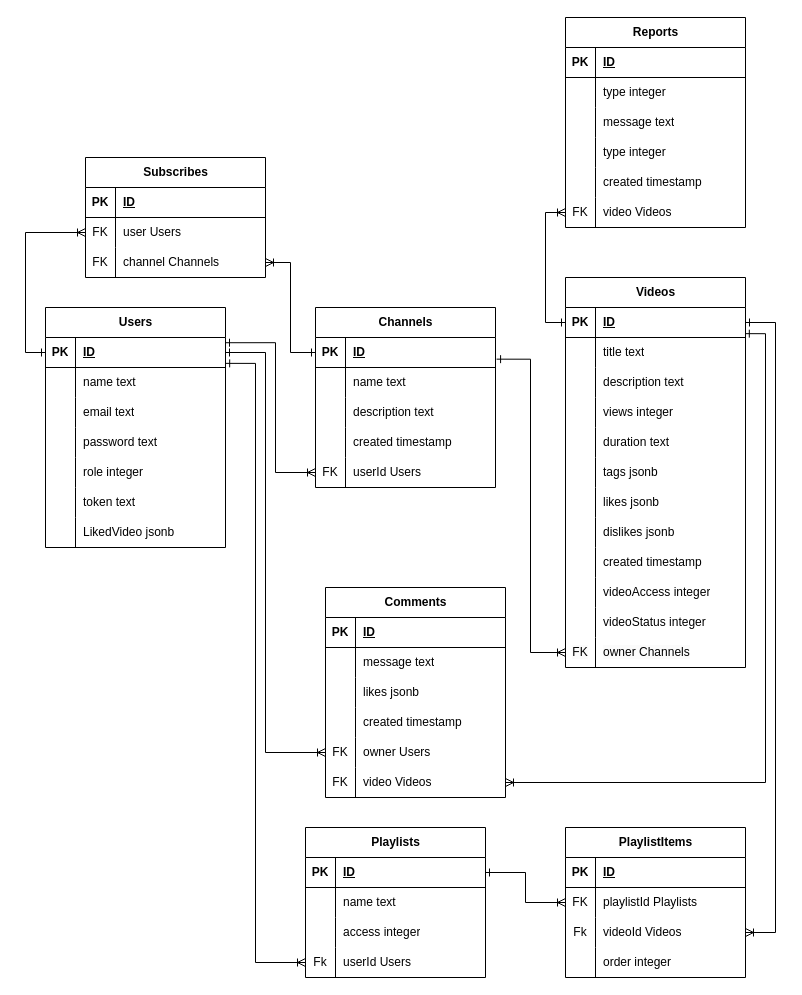
Before: BD.drawio in DioMain/BYTUBE, a draw.io diagram. Source tidied: cells renumbered, new cells numbered last; positions are measured from the earlier drawing's top-left corner, leaving out a move shared by most shapes. Both pictures are drawn from the tidied source at 100%, with x=0, y=0 at pixel (45, 17).
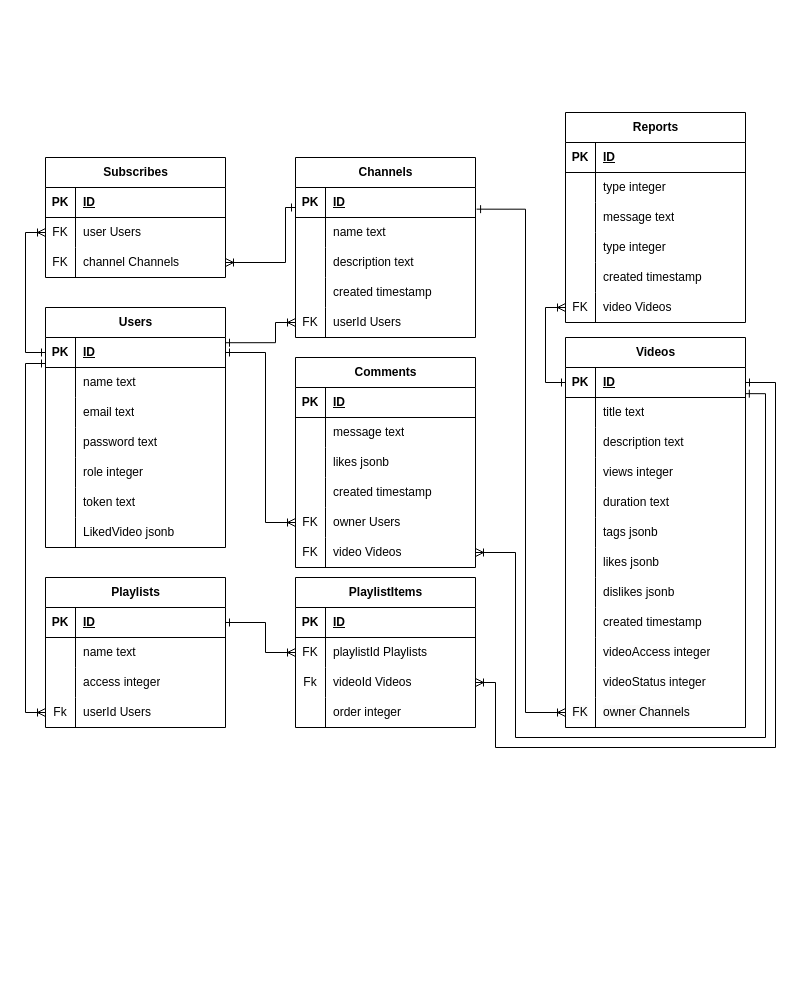
Above is the later version.

Unchanged cells that the change refers to:
```xml
<mxCell id="3" style="shape=tableRow;horizontal=0;startSize=0;swimlaneHead=0;swimlaneBody=0;fillColor=none;points=[[0,0.5],[1,0.5]];portConstraint=eastwest;top=0;left=0;right=0;bottom=1;" parent="2" vertex="1">
  <mxGeometry y="30" width="180" height="30" as="geometry" />
</mxCell>
<mxCell id="25" style="shape=tableRow;horizontal=0;startSize=0;swimlaneHead=0;swimlaneBody=0;fillColor=none;points=[[0,0.5],[1,0.5]];portConstraint=eastwest;top=0;left=0;right=0;bottom=1;" parent="24" vertex="1">
  <mxGeometry y="30" width="180" height="30" as="geometry" />
</mxCell>
<mxCell id="37" style="shape=tableRow;horizontal=0;startSize=0;swimlaneHead=0;swimlaneBody=0;fillColor=none;points=[[0,0.5],[1,0.5]];portConstraint=eastwest;top=0;left=0;right=0;bottom=0;" parent="24" vertex="1">
  <mxGeometry y="150" width="180" height="30" as="geometry" />
</mxCell>
<mxCell id="41" style="shape=tableRow;horizontal=0;startSize=0;swimlaneHead=0;swimlaneBody=0;fillColor=none;points=[[0,0.5],[1,0.5]];portConstraint=eastwest;top=0;left=0;right=0;bottom=1;" parent="40" vertex="1">
  <mxGeometry y="30" width="180" height="30" as="geometry" />
</mxCell>
<mxCell id="74" style="shape=tableRow;horizontal=0;startSize=0;swimlaneHead=0;swimlaneBody=0;fillColor=none;points=[[0,0.5],[1,0.5]];portConstraint=eastwest;top=0;left=0;right=0;bottom=0;" parent="40" vertex="1">
  <mxGeometry y="360" width="180" height="30" as="geometry" />
</mxCell>
<mxCell id="84" style="shape=tableRow;horizontal=0;startSize=0;swimlaneHead=0;swimlaneBody=0;fillColor=none;points=[[0,0.5],[1,0.5]];portConstraint=eastwest;top=0;left=0;right=0;bottom=0;" parent="77" vertex="1">
  <mxGeometry y="90" width="180" height="30" as="geometry" />
</mxCell>
<mxCell id="119" style="shape=tableRow;horizontal=0;startSize=0;swimlaneHead=0;swimlaneBody=0;fillColor=none;points=[[0,0.5],[1,0.5]];portConstraint=eastwest;top=0;left=0;right=0;bottom=0;" parent="106" vertex="1">
  <mxGeometry y="150" width="180" height="30" as="geometry" />
</mxCell>
<mxCell id="122" style="shape=tableRow;horizontal=0;startSize=0;swimlaneHead=0;swimlaneBody=0;fillColor=none;points=[[0,0.5],[1,0.5]];portConstraint=eastwest;top=0;left=0;right=0;bottom=0;" parent="106" vertex="1">
  <mxGeometry y="180" width="180" height="30" as="geometry" />
</mxCell>
<mxCell id="129" style="shape=tableRow;horizontal=0;startSize=0;swimlaneHead=0;swimlaneBody=0;fillColor=none;points=[[0,0.5],[1,0.5]];portConstraint=eastwest;top=0;left=0;right=0;bottom=0;" parent="125" vertex="1">
  <mxGeometry y="60" width="180" height="30" as="geometry" />
</mxCell>
<mxCell id="132" style="shape=tableRow;horizontal=0;startSize=0;swimlaneHead=0;swimlaneBody=0;fillColor=none;points=[[0,0.5],[1,0.5]];portConstraint=eastwest;top=0;left=0;right=0;bottom=0;" parent="125" vertex="1">
  <mxGeometry y="90" width="180" height="30" as="geometry" />
</mxCell>
<mxCell id="139" style="shape=tableRow;horizontal=0;startSize=0;swimlaneHead=0;swimlaneBody=0;fillColor=none;points=[[0,0.5],[1,0.5]];portConstraint=eastwest;top=0;left=0;right=0;bottom=1;" parent="138" vertex="1">
  <mxGeometry y="30" width="180" height="30" as="geometry" />
</mxCell>
<mxCell id="148" style="shape=tableRow;horizontal=0;startSize=0;swimlaneHead=0;swimlaneBody=0;fillColor=none;points=[[0,0.5],[1,0.5]];portConstraint=eastwest;top=0;left=0;right=0;bottom=0;" parent="138" vertex="1">
  <mxGeometry y="120" width="180" height="30" as="geometry" />
</mxCell>
```

Change to the diagram source:
```diff
@@
     <mxCell id="24" value="Channels" style="shape=table;startSize=30;childLayout=tableLayout;rowLines=0;fontStyle=1;align=center;html=1;" parent="1" vertex="1">
-      <mxGeometry x="270" y="290" width="180" height="180" as="geometry" />
+      <mxGeometry x="250" y="140" width="180" height="180" as="geometry" />
     </mxCell>
@@
     <mxCell id="40" value="Videos" style="shape=table;startSize=30;childLayout=tableLayout;rowLines=0;fontStyle=1;align=center;html=1;" parent="1" vertex="1">
-      <mxGeometry x="520" y="260" width="180" height="390" as="geometry" />
+      <mxGeometry x="520" y="320" width="180" height="390" as="geometry" />
     </mxCell>
@@
     <mxCell id="77" value="Subscribes" style="shape=table;startSize=30;childLayout=tableLayout;rowLines=0;fontStyle=1;align=center;html=1;" parent="1" vertex="1">
-      <mxGeometry x="40" y="140" width="180" height="120" as="geometry" />
+      <mxGeometry y="140" width="180" height="120" as="geometry" />
     </mxCell>
@@
     <mxCell id="87" value="Reports" style="shape=table;startSize=30;childLayout=tableLayout;rowLines=0;fontStyle=1;align=center;html=1;" parent="1" vertex="1">
-      <mxGeometry x="520" width="180" height="210" as="geometry" />
+      <mxGeometry x="520" y="95" width="180" height="210" as="geometry" />
     </mxCell>
@@
     <mxCell id="106" value="Comments" style="shape=table;startSize=30;childLayout=tableLayout;rowLines=0;fontStyle=1;align=center;html=1;" parent="1" vertex="1">
-      <mxGeometry x="280" y="570" width="180" height="210" as="geometry" />
+      <mxGeometry x="250" y="340" width="180" height="210" as="geometry" />
     </mxCell>
@@
     <mxCell id="125" value="PlaylistItems" style="shape=table;startSize=30;childLayout=tableLayout;rowLines=0;fontStyle=1;align=center;html=1;" parent="1" vertex="1">
-      <mxGeometry x="520" y="810" width="180" height="150" as="geometry" />
+      <mxGeometry x="250" y="560" width="180" height="150" as="geometry" />
     </mxCell>
@@
     <mxCell id="138" value="Playlists" style="shape=table;startSize=30;childLayout=tableLayout;rowLines=0;fontStyle=1;align=center;html=1;" parent="1" vertex="1">
-      <mxGeometry x="260" y="810" width="180" height="150" as="geometry" />
+      <mxGeometry y="560" width="180" height="150" as="geometry" />
     </mxCell>
@@
     <mxCell id="151" style="edgeStyle=orthogonalEdgeStyle;rounded=0;jettySize=auto;html=1;entryX=0;entryY=0.5;entryDx=0;entryDy=0;exitX=1;exitY=0.174;exitDx=0;exitDy=0;exitPerimeter=0;startArrow=ERone;startFill=0;endArrow=ERoneToMany;endFill=0;" parent="1" edge="1" source="3" target="37">
       <mxGeometry relative="1" as="geometry">
         <Array as="points">
           <mxPoint x="230" y="325" />
-          <mxPoint x="230" y="455" />
+          <mxPoint x="230" y="305" />
         </Array>
       </mxGeometry>
     </mxCell>
     <mxCell id="152" style="edgeStyle=orthogonalEdgeStyle;rounded=0;jettySize=auto;html=1;entryX=0;entryY=0.5;entryDx=0;entryDy=0;exitX=1.006;exitY=0.722;exitDx=0;exitDy=0;exitPerimeter=0;startArrow=ERone;startFill=0;endArrow=ERoneToMany;endFill=0;" parent="1" edge="1" source="25" target="74">
-      <mxGeometry relative="1" as="geometry" />
+      <mxGeometry relative="1" as="geometry">
+        <Array as="points">
+          <mxPoint x="480" y="192" />
+          <mxPoint x="480" y="695" />
+        </Array>
+      </mxGeometry>
     </mxCell>
@@
     <mxCell id="154" style="edgeStyle=orthogonalEdgeStyle;rounded=0;jettySize=auto;html=1;entryX=1;entryY=0.5;entryDx=0;entryDy=0;startArrow=ERone;startFill=0;endArrow=ERoneToMany;endFill=0;" parent="1" edge="1" source="25" target="84">
-      <mxGeometry relative="1" as="geometry" />
+      <mxGeometry relative="1" as="geometry">
+        <Array as="points">
+          <mxPoint x="240" y="190" />
+          <mxPoint x="240" y="245" />
+        </Array>
+      </mxGeometry>
     </mxCell>
     <mxCell id="155" style="edgeStyle=orthogonalEdgeStyle;rounded=0;jettySize=auto;html=1;exitX=0.999;exitY=0.872;exitDx=0;exitDy=0;entryX=1;entryY=0.5;entryDx=0;entryDy=0;exitPerimeter=0;startArrow=ERone;startFill=0;endArrow=ERoneToMany;endFill=0;" parent="1" edge="1" source="41" target="122">
-      <mxGeometry relative="1" as="geometry" />
+      <mxGeometry relative="1" as="geometry">
+        <Array as="points">
+          <mxPoint x="720" y="376" />
+          <mxPoint x="720" y="720" />
+          <mxPoint x="470" y="720" />
+          <mxPoint x="470" y="535" />
+        </Array>
+      </mxGeometry>
     </mxCell>
     <mxCell id="156" style="edgeStyle=orthogonalEdgeStyle;rounded=0;jettySize=auto;html=1;exitX=1;exitY=0.5;exitDx=0;exitDy=0;entryX=1;entryY=0.5;entryDx=0;entryDy=0;startArrow=ERone;startFill=0;endArrow=ERoneToMany;endFill=0;" parent="1" edge="1" source="41" target="132">
       <mxGeometry relative="1" as="geometry">
         <Array as="points">
-          <mxPoint x="730" y="305" />
-          <mxPoint x="730" y="915" />
+          <mxPoint x="730" y="365" />
+          <mxPoint x="730" y="730" />
+          <mxPoint x="450" y="730" />
+          <mxPoint x="450" y="665" />
         </Array>
       </mxGeometry>
     </mxCell>
     <mxCell id="157" style="edgeStyle=orthogonalEdgeStyle;rounded=0;jettySize=auto;html=1;exitX=1;exitY=0.5;exitDx=0;exitDy=0;entryX=0;entryY=0.5;entryDx=0;entryDy=0;startArrow=ERone;startFill=0;endArrow=ERoneToMany;endFill=0;" parent="1" edge="1" source="139" target="129">
-      <mxGeometry relative="1" as="geometry" />
+      <mxGeometry relative="1" as="geometry">
+        <Array as="points">
+          <mxPoint x="220" y="605" />
+          <mxPoint x="220" y="635" />
+        </Array>
+      </mxGeometry>
     </mxCell>
-    <mxCell id="158" style="edgeStyle=orthogonalEdgeStyle;rounded=0;jettySize=auto;html=1;exitX=1.001;exitY=0.862;exitDx=0;exitDy=0;entryX=0;entryY=0.5;entryDx=0;entryDy=0;exitPerimeter=0;startArrow=ERone;startFill=0;endArrow=ERoneToMany;endFill=0;" parent="1" edge="1" source="3" target="148">
+    <mxCell id="158" style="edgeStyle=orthogonalEdgeStyle;rounded=0;jettySize=auto;html=1;entryX=0;entryY=0.5;entryDx=0;entryDy=0;startArrow=ERone;startFill=0;endArrow=ERoneToMany;endFill=0;" parent="1" edge="1" target="148">
       <mxGeometry relative="1" as="geometry">
+        <mxPoint y="346" as="sourcePoint" />
         <Array as="points">
-          <mxPoint x="210" y="346" />
-          <mxPoint x="210" y="945" />
+          <mxPoint x="-20" y="346" />
+          <mxPoint x="-20" y="695" />
         </Array>
       </mxGeometry>
     </mxCell>
@@
     <mxCell id="160" style="edgeStyle=orthogonalEdgeStyle;rounded=0;jettySize=auto;html=1;exitX=1;exitY=0.5;exitDx=0;exitDy=0;entryX=0;entryY=0.5;entryDx=0;entryDy=0;startArrow=ERone;startFill=0;endArrow=ERoneToMany;endFill=0;" parent="1" edge="1" source="3" target="119">
       <mxGeometry relative="1" as="geometry">
         <Array as="points">
           <mxPoint x="220" y="335" />
-          <mxPoint x="220" y="735" />
+          <mxPoint x="220" y="505" />
         </Array>
       </mxGeometry>
     </mxCell>
```
